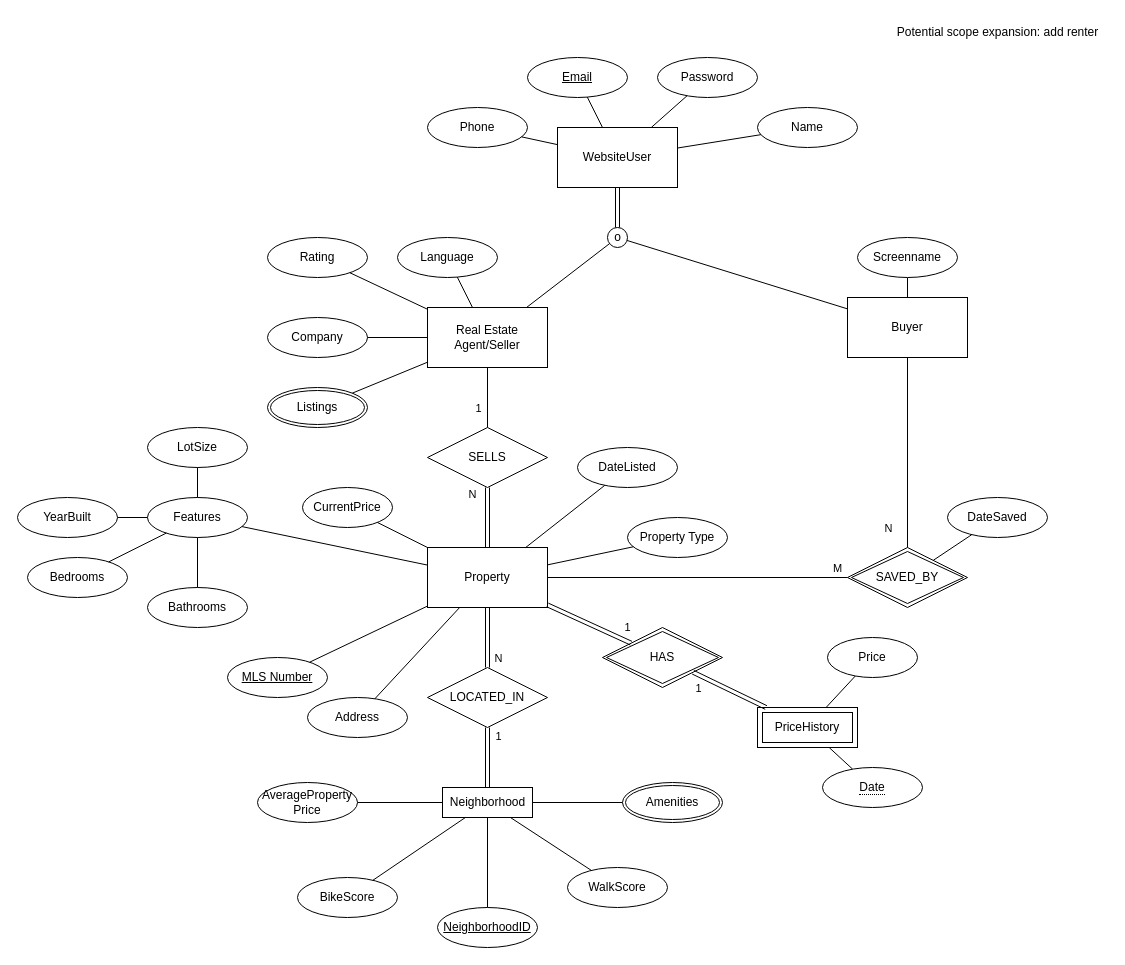
This is page "EER" (1 of 2) of 608-project-diagrams.drawio from WillKNguyen/608-607Project, a draw.io file, before an edit. Source tidied: cells renumbered, new cells numbered last; positions are measured from the earlier drawing's top-left corner, leaving out a move shared by most shapes. Both pictures are drawn from the tidied source at 100%, with x=0, y=0 at pixel (17, 17).
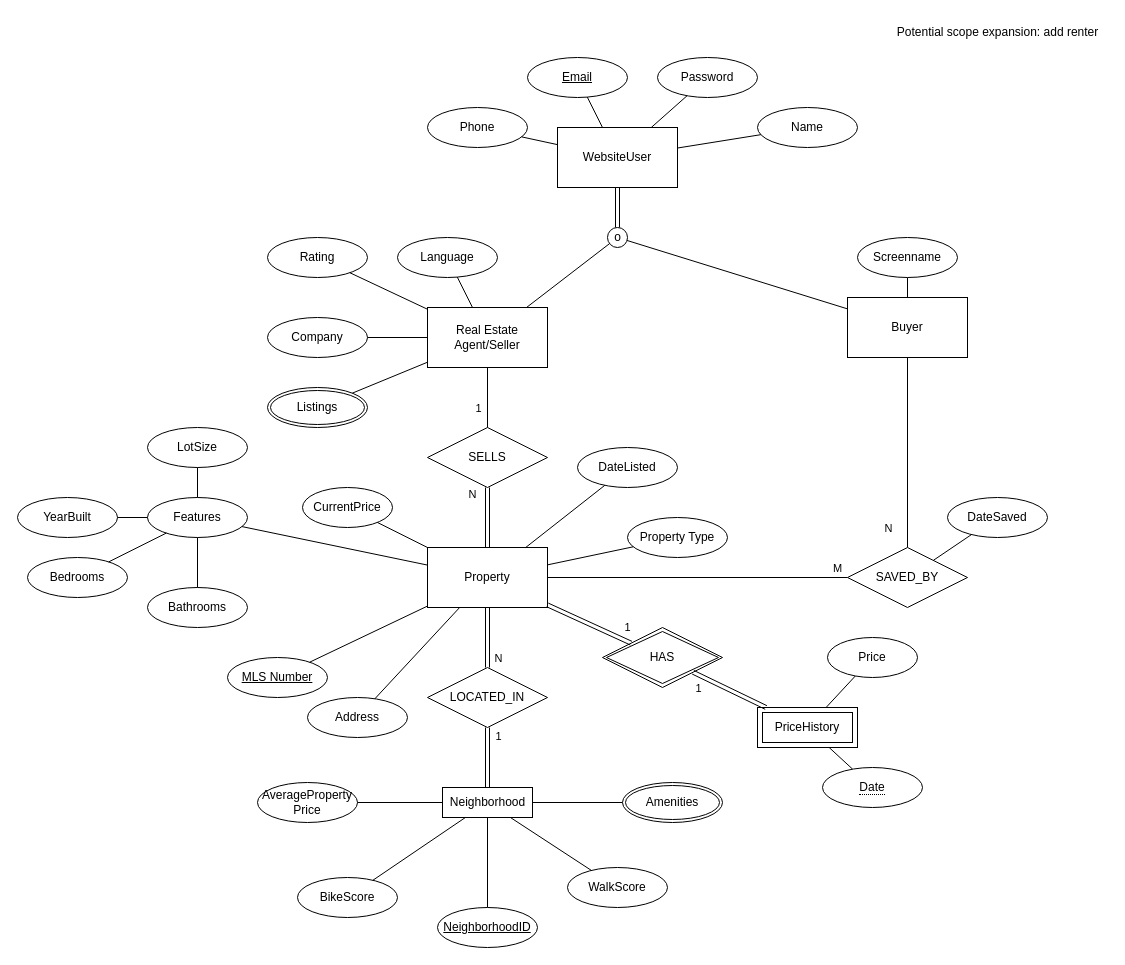
The same page after the edit.

The change refers to these unchanged cells:
```xml
<mxCell id="4" value="Buyer" style="rounded=0;whiteSpace=wrap;html=1;" parent="1" vertex="1">
  <mxGeometry x="830" y="280" width="120" height="60" as="geometry" />
</mxCell>
<mxCell id="5" value="Property" style="rounded=0;whiteSpace=wrap;html=1;" parent="1" vertex="1">
  <mxGeometry x="410" y="530" width="120" height="60" as="geometry" />
</mxCell>
<mxCell id="36" value="DateSaved" style="ellipse;whiteSpace=wrap;html=1;align=center;" parent="1" vertex="1">
  <mxGeometry x="930" y="480" width="100" height="40" as="geometry" />
</mxCell>
```

The edit, as a diff of the source:
```diff
@@
-    <mxCell id="30" value="SAVED_BY" style="shape=rhombus;double=1;perimeter=rhombusPerimeter;whiteSpace=wrap;html=1;align=center;" parent="1" vertex="1">
-      <mxGeometry x="830" y="530" width="120" height="60" as="geometry" />
-    </mxCell>
-    <mxCell id="31" style="endArrow=none;html=1;rounded=0;" parent="1" edge="1" source="30" target="4">
-      <mxGeometry relative="1" as="geometry" />
+    <mxCell id="31" style="endArrow=none;html=1;rounded=0;" parent="1" edge="1" target="4">
+      <mxGeometry relative="1" as="geometry">
+        <mxPoint x="890" y="530" as="sourcePoint" />
+      </mxGeometry>
     </mxCell>
@@
-    <mxCell id="37" style="rounded=0;jettySize=auto;html=1;endArrow=none;endFill=0;startArrow=none;startFill=0;" parent="1" edge="1" source="30" target="36">
-      <mxGeometry relative="1" as="geometry" />
+    <mxCell id="37" style="rounded=0;jettySize=auto;html=1;endArrow=none;endFill=0;startArrow=none;startFill=0;" parent="1" edge="1" target="36">
+      <mxGeometry relative="1" as="geometry">
+        <mxPoint x="915.8" y="542.9" as="sourcePoint" />
+      </mxGeometry>
     </mxCell>
@@
-    <mxCell id="86" style="endArrow=none;html=1;rounded=0;" parent="1" edge="1" source="30" target="5">
-      <mxGeometry relative="1" as="geometry" />
+    <mxCell id="86" style="endArrow=none;html=1;rounded=0;" parent="1" edge="1" target="5">
+      <mxGeometry relative="1" as="geometry">
+        <mxPoint x="830" y="560" as="sourcePoint" />
+      </mxGeometry>
     </mxCell>
@@
+    <mxCell id="30" value="SAVED_BY" style="shape=rhombus;perimeter=rhombusPerimeter;whiteSpace=wrap;html=1;align=center;" parent="1" vertex="1">
+      <mxGeometry x="830" y="530" width="120" height="60" as="geometry" />
+    </mxCell>
```
